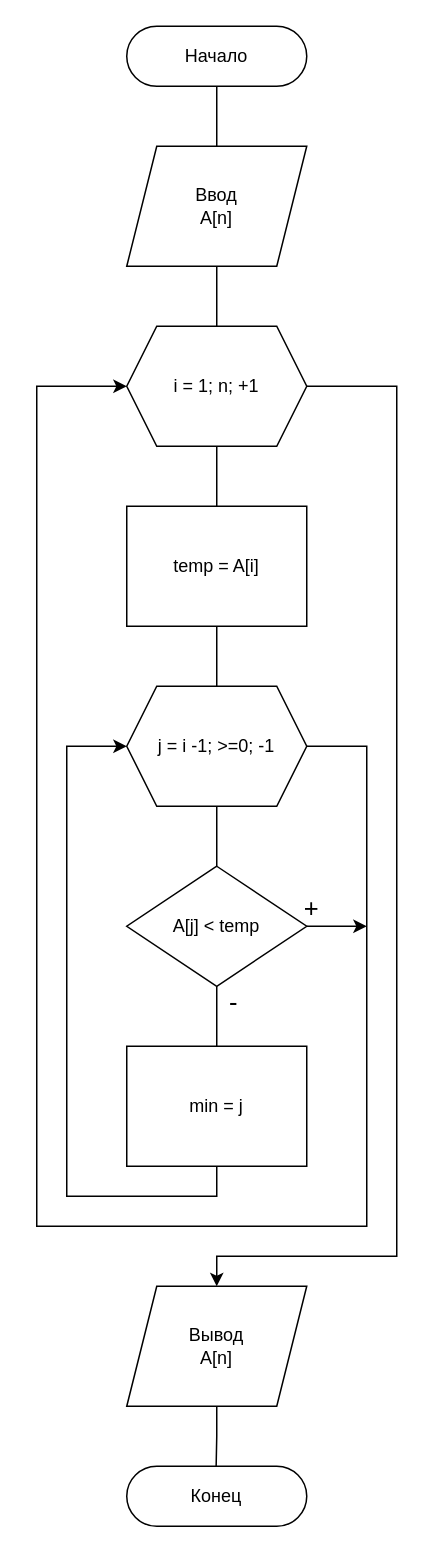
ReyRom-Edu/OAIP keeps this draw.io diagram as page "Алгоритм 2" (2 of 3) of Resources/Алгоритмы_сортировки.drawio. Above is the earlier version. Source tidied: cells renumbered, new cells numbered last; positions are measured from the earlier drawing's top-left corner, leaving out a move shared by most shapes. Both pictures are drawn from the tidied source at 150%, with x=0, y=0 at pixel (36, 26).
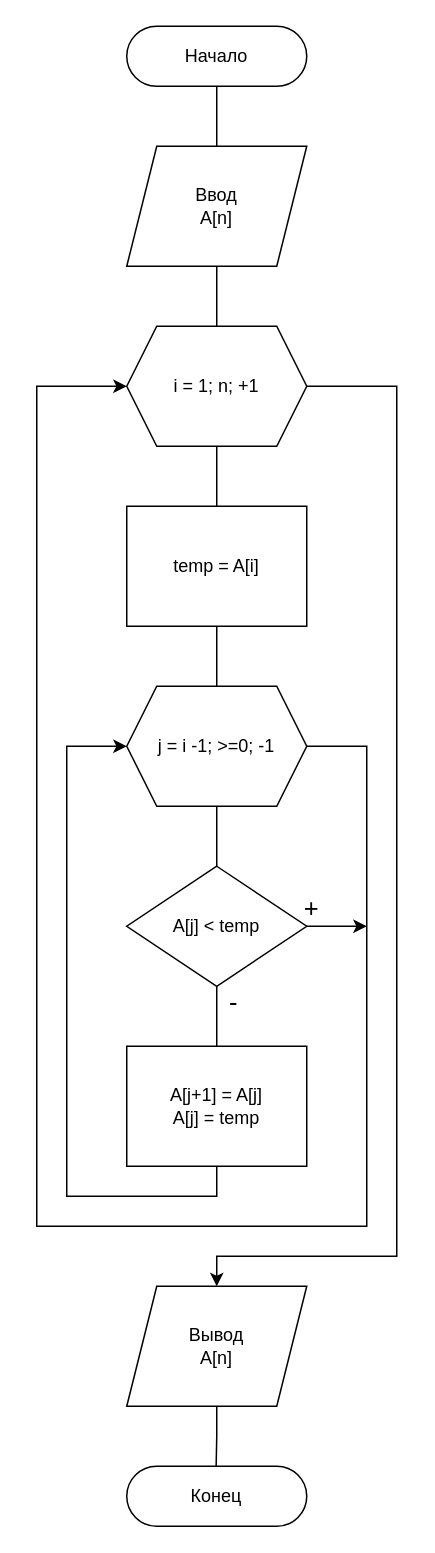
After the change.

The edit, as a diff of the source:
```diff
@@
-    <mxCell id="20" value="min = j" style="rounded=0;whiteSpace=wrap;html=1;" parent="1" vertex="1">
+    <mxCell id="20" value="A[j+1] = A[j]&lt;div&gt;A[j] = temp&lt;/div&gt;" style="rounded=0;whiteSpace=wrap;html=1;" parent="1" vertex="1">
       <mxGeometry x="60" y="680" width="120" height="80" as="geometry" />
     </mxCell>
```
